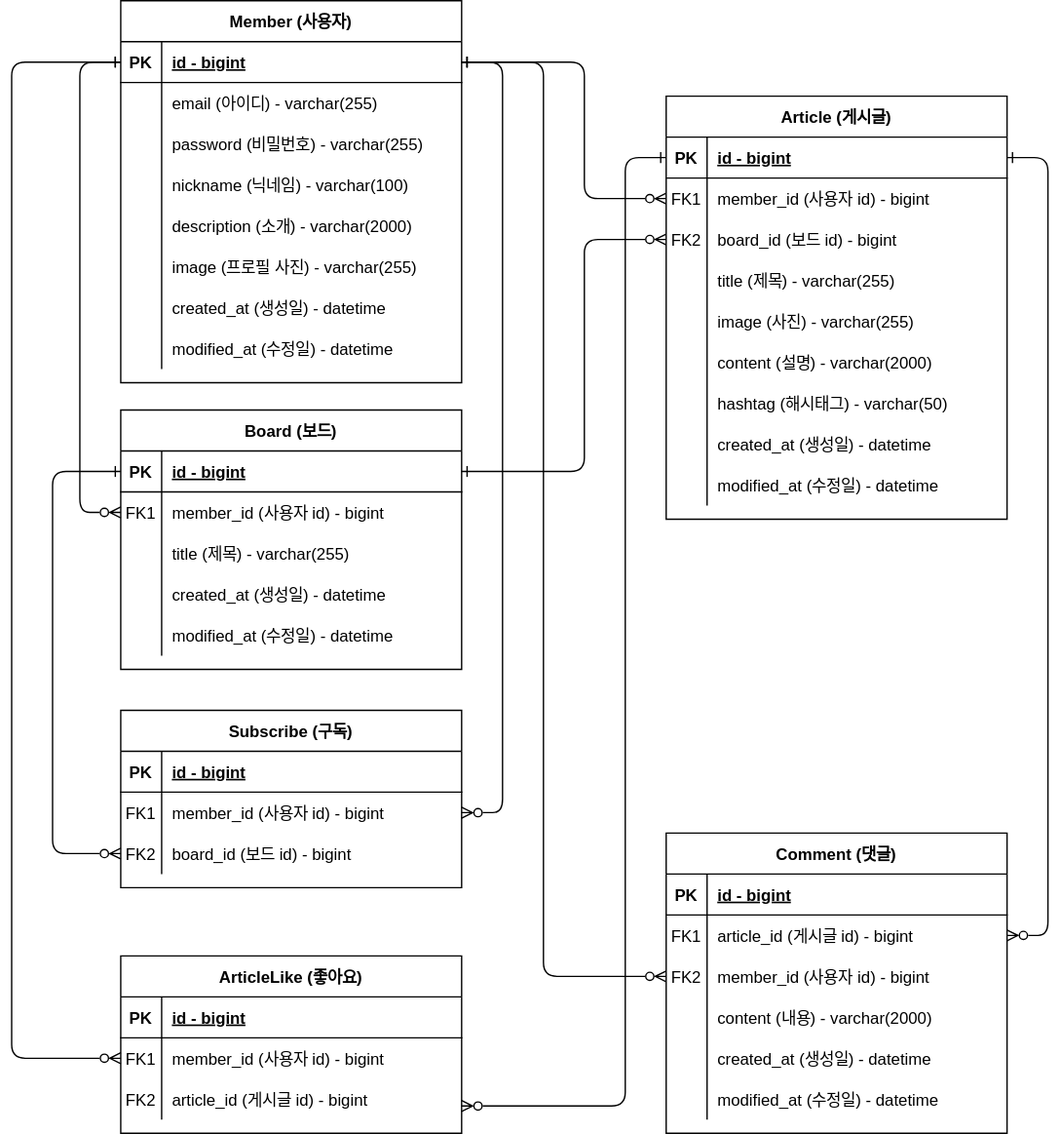
This is document/erd.svg from yessm621/pinterest, a draw.io export, as it was before one commit. Source tidied: cells renumbered, new cells last; positions are measured from the earlier drawing's top-left corner, leaving out a move shared by most shapes.
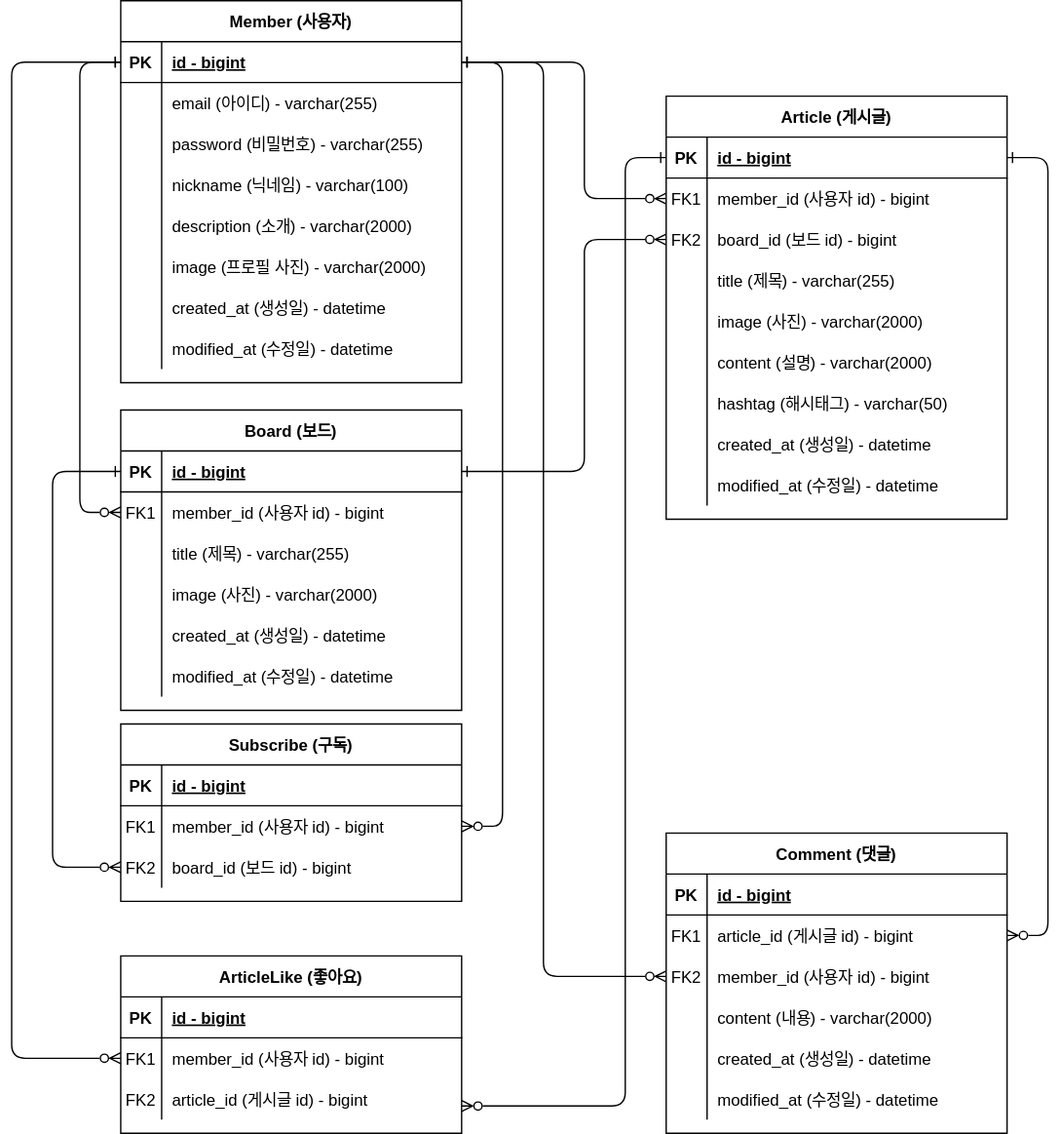
After the commit.

Commit message:
erd.svg 업데이트 - board 에 image 추가

The edit, as a diff of the source:
```diff
@@ -47,7 +47,7 @@
     <mxCell id="16" style="shape=partialRectangle;overflow=hidden;fillColor=none;top=0;left=0;bottom=0;right=0;" parent="15" vertex="1">
       <mxGeometry width="30" height="30" as="geometry" />
     </mxCell>
-    <mxCell id="17" value="image (사진) - varchar(255)" style="shape=partialRectangle;overflow=hidden;fillColor=none;top=0;left=0;bottom=0;right=0;align=left;spacingLeft=6;" parent="15" vertex="1">
+    <mxCell id="17" value="image (사진) - varchar(2000)" style="shape=partialRectangle;overflow=hidden;fillColor=none;top=0;left=0;bottom=0;right=0;align=left;spacingLeft=6;" parent="15" vertex="1">
       <mxGeometry x="30" width="220" height="30" as="geometry" />
     </mxCell>
     <mxCell id="18" style="shape=partialRectangle;fillColor=none;top=0;left=0;right=0;bottom=0;" parent="2" vertex="1">
@@ -140,7 +140,7 @@
     <mxCell id="47" style="shape=partialRectangle;overflow=hidden;fillColor=none;top=0;left=0;bottom=0;right=0;" parent="46" vertex="1">
       <mxGeometry width="30" height="30" as="geometry" />
     </mxCell>
-    <mxCell id="48" value="image (프로필 사진) - varchar(255)" style="shape=partialRectangle;overflow=hidden;fillColor=none;top=0;left=0;bottom=0;right=0;align=left;spacingLeft=6;" parent="46" vertex="1">
+    <mxCell id="48" value="image (프로필 사진) - varchar(2000)" style="shape=partialRectangle;overflow=hidden;fillColor=none;top=0;left=0;bottom=0;right=0;align=left;spacingLeft=6;" parent="46" vertex="1">
       <mxGeometry x="30" width="220" height="30" as="geometry" />
     </mxCell>
     <mxCell id="49" style="shape=partialRectangle;fillColor=none;top=0;left=0;right=0;bottom=0;" parent="30" vertex="1">
@@ -162,7 +162,7 @@
       <mxGeometry x="30" width="220" height="30" as="geometry" />
     </mxCell>
     <mxCell id="55" value="Board (보드)" style="shape=table;startSize=30;rowLines=0;fontStyle=1;align=center;" parent="1" vertex="1">
-      <mxGeometry x="80" y="300" width="250" height="190" as="geometry" />
+      <mxGeometry x="80" y="300" width="250" height="220" as="geometry" />
     </mxCell>
     <mxCell id="56" style="shape=partialRectangle;fillColor=none;points=[[0,0.5],[1,0.5]];portConstraint=eastwest;top=0;left=0;right=0;bottom=1;" parent="55" vertex="1">
       <mxGeometry y="30" width="250" height="30" as="geometry" />
@@ -191,8 +191,17 @@
     <mxCell id="64" value="title (제목) - varchar(255)" style="shape=partialRectangle;overflow=hidden;fillColor=none;top=0;left=0;bottom=0;right=0;align=left;spacingLeft=6;" parent="62" vertex="1">
       <mxGeometry x="30" width="220" height="30" as="geometry" />
     </mxCell>
+    <mxCell id="119" style="shape=partialRectangle;fillColor=none;top=0;left=0;right=0;bottom=0;" parent="55" vertex="1">
+      <mxGeometry y="120" width="250" height="30" as="geometry" />
+    </mxCell>
+    <mxCell id="120" style="shape=partialRectangle;overflow=hidden;fillColor=none;top=0;left=0;bottom=0;right=0;" parent="119" vertex="1">
+      <mxGeometry width="30" height="30" as="geometry" />
+    </mxCell>
+    <mxCell id="121" value="image (사진) - varchar(2000)" style="shape=partialRectangle;overflow=hidden;fillColor=none;top=0;left=0;bottom=0;right=0;align=left;spacingLeft=6;" parent="119" vertex="1">
+      <mxGeometry x="30" width="220" height="30" as="geometry" />
+    </mxCell>
     <mxCell id="65" style="shape=partialRectangle;fillColor=none;top=0;left=0;right=0;bottom=0;" parent="55" vertex="1">
-      <mxGeometry y="120" width="250" height="30" as="geometry" />
+      <mxGeometry y="150" width="250" height="30" as="geometry" />
     </mxCell>
     <mxCell id="66" style="shape=partialRectangle;overflow=hidden;fillColor=none;top=0;left=0;bottom=0;right=0;" parent="65" vertex="1">
       <mxGeometry width="30" height="30" as="geometry" />
@@ -201,7 +210,7 @@
       <mxGeometry x="30" width="220" height="30" as="geometry" />
     </mxCell>
     <mxCell id="68" style="shape=partialRectangle;fillColor=none;top=0;left=0;right=0;bottom=0;" parent="55" vertex="1">
-      <mxGeometry y="150" width="250" height="30" as="geometry" />
+      <mxGeometry y="180" width="250" height="30" as="geometry" />
     </mxCell>
     <mxCell id="69" style="shape=partialRectangle;overflow=hidden;fillColor=none;top=0;left=0;bottom=0;right=0;" parent="68" vertex="1">
       <mxGeometry width="30" height="30" as="geometry" />
@@ -267,7 +276,7 @@
       <mxGeometry x="30" width="220" height="30" as="geometry" />
     </mxCell>
     <mxCell id="90" value="Subscribe (구독)" style="shape=table;startSize=30;rowLines=0;fontStyle=1;align=center;" parent="1" vertex="1">
-      <mxGeometry x="80" y="520" width="250" height="130" as="geometry" />
+      <mxGeometry x="80" y="530" width="250" height="130" as="geometry" />
     </mxCell>
     <mxCell id="91" style="shape=partialRectangle;fillColor=none;top=0;left=0;right=0;bottom=1;" parent="90" vertex="1">
       <mxGeometry y="30" width="250" height="30" as="geometry" />
@@ -370,7 +379,7 @@
       <mxGeometry relative="1" as="geometry">
         <Array as="points">
           <mxPoint x="360" y="45" />
-          <mxPoint x="360" y="595" />
+          <mxPoint x="360" y="605" />
         </Array>
       </mxGeometry>
     </mxCell>
@@ -394,7 +403,7 @@
       <mxGeometry relative="1" as="geometry">
         <Array as="points">
           <mxPoint x="30" y="345" />
-          <mxPoint x="30" y="625" />
+          <mxPoint x="30" y="635" />
         </Array>
       </mxGeometry>
     </mxCell>
```
